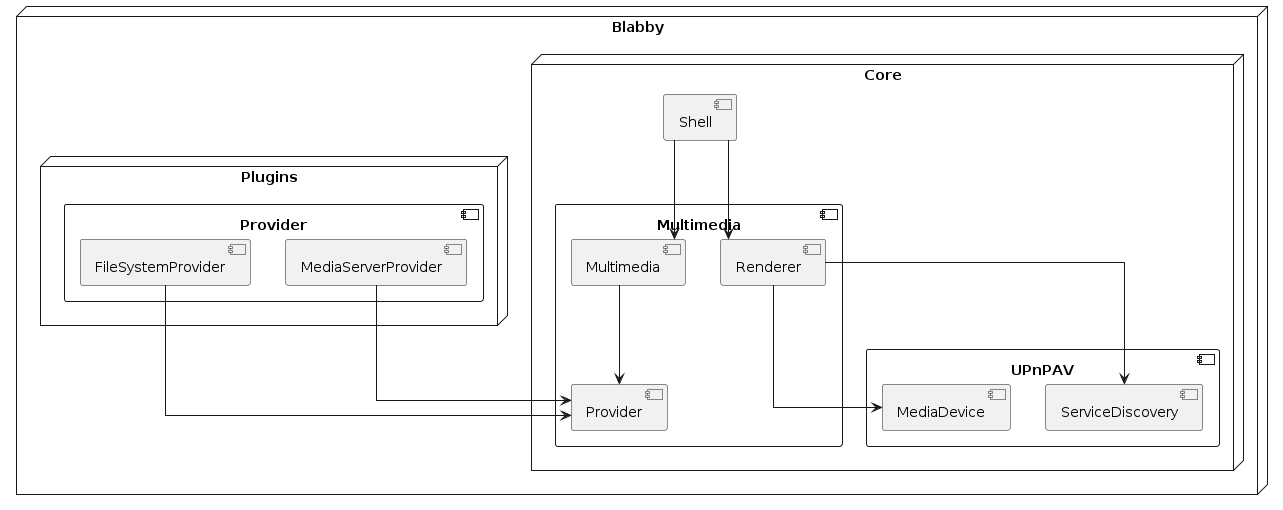
Before: inline_umlgraph_1.png, a diagram exported from PlantUML (mFlorianW/blabby).
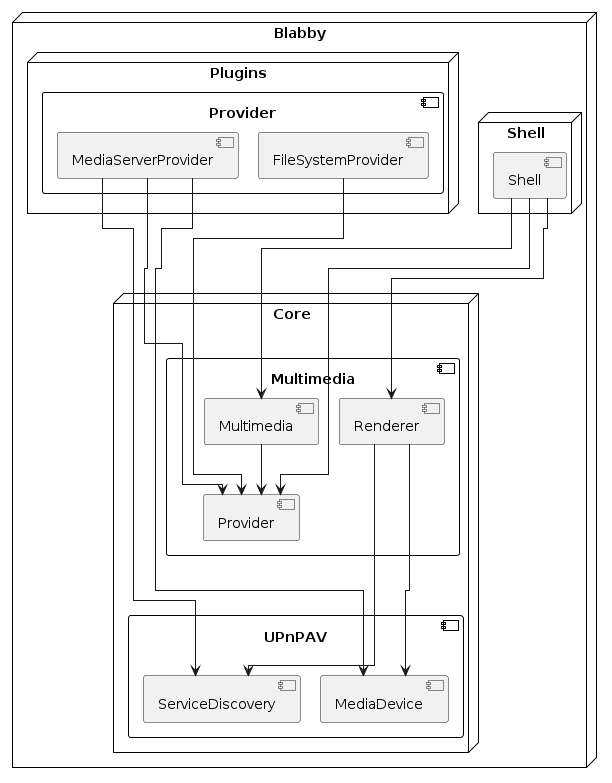
The same file after the commit.

Diff of the diagram source:
```diff
@@ -1,5 +1,5 @@
 @startuml inline_umlgraph_1.png
-skinparam linetype ortho
+!pragma layout elk
 node "Blabby" {
     node "Core" {
         component UPnPAV as upnpav{
@@ -18,9 +18,13 @@
             [Multimedia] --> [Provider]
         }
 
+    }
+
+    node "Shell" {
         component Shell as shell
         shell --> [Multimedia]
         shell --> [Renderer]
+        shell --> [Provider]
     }
 
     node "Plugins" {
@@ -29,6 +33,8 @@
             [FileSystemProvider]
 
             [MediaServerProvider] --> [Provider]
+            [MediaServerProvider] --> [MediaDevice]
+            [MediaServerProvider] --> [ServiceDiscovery]
             [FileSystemProvider] --> [Provider]
         }
     }
```
